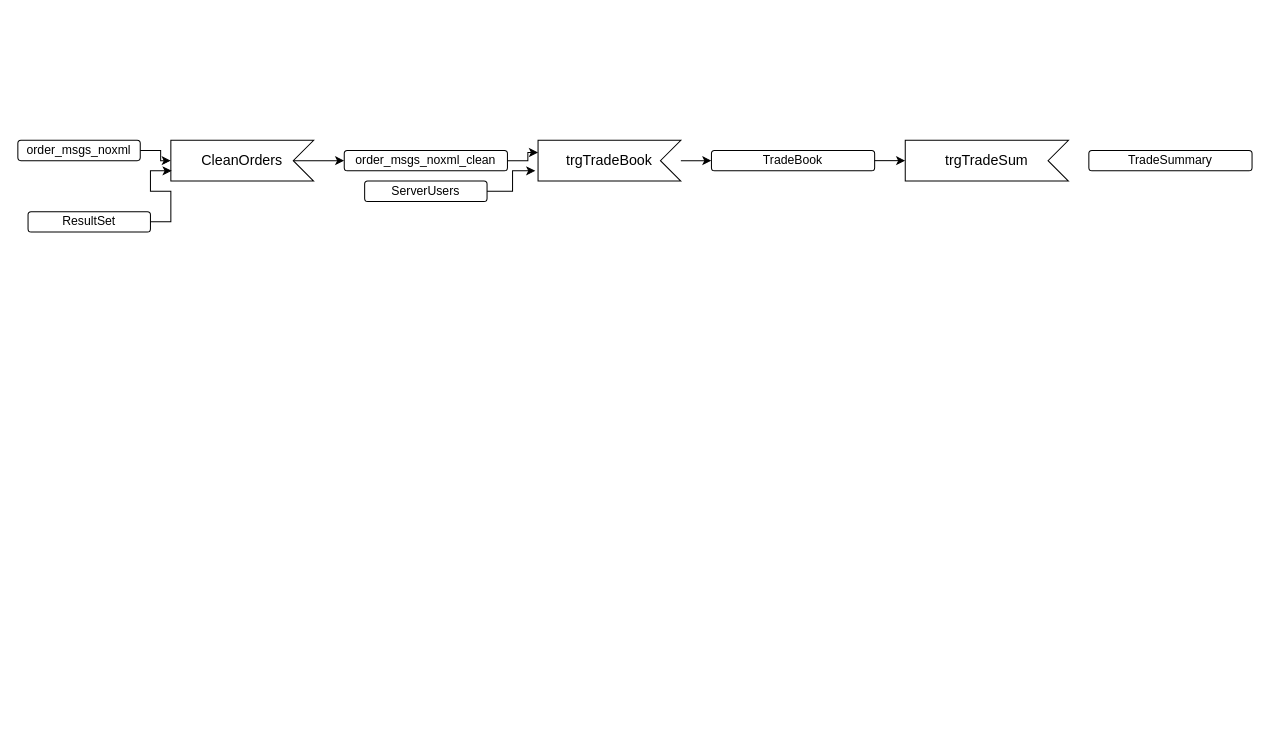
This is 3forge-Tradebook.drawio from mishrakm/diags, a draw.io file, before an edit. Source tidied: cells renumbered, new cells numbered last; positions are measured from the earlier drawing's top-left corner, leaving out a move shared by most shapes. Both pictures are drawn from the tidied source at 102%, with x=0, y=0 at pixel (17, 140).
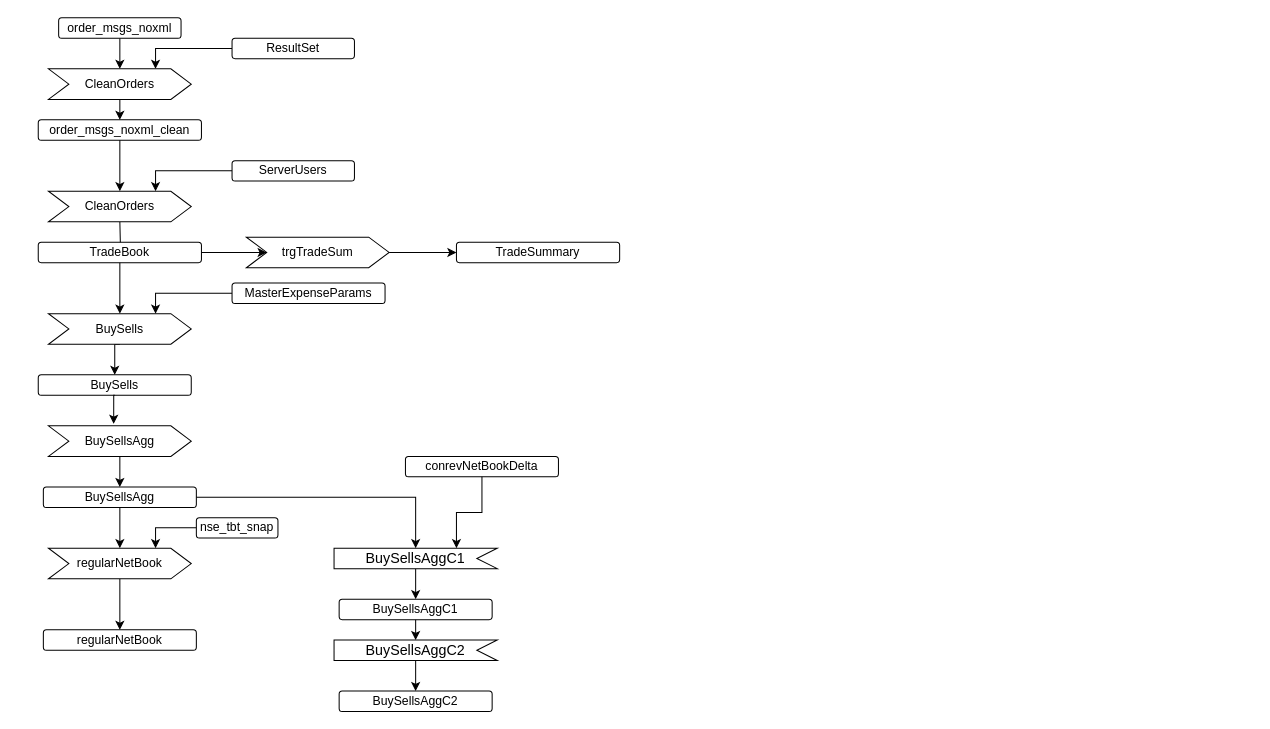
The same diagram, later.

Commit message:
modified step symbols

Diff of the diagram source:
```diff
@@
+    <mxCell id="18" style="edgeStyle=orthogonalEdgeStyle;rounded=0;jettySize=auto;html=1;exitX=0.5;exitY=1;exitDx=0;exitDy=0;entryX=0.5;entryY=0;entryDx=0;entryDy=0;" parent="1" edge="1" source="2" target="43">
+      <mxGeometry relative="1" as="geometry" />
+    </mxCell>
     <mxCell id="2" value="order_msgs_noxml" style="rounded=1;whiteSpace=wrap;html=1;fontSize=12;glass=0;strokeWidth=1;shadow=0;" parent="1" vertex="1">
-      <mxGeometry width="120" height="20" as="geometry" />
+      <mxGeometry x="40" y="-120" width="120" height="20" as="geometry" />
     </mxCell>
     <mxCell id="3" value="order_msgs_noxml_clean" style="rounded=1;whiteSpace=wrap;html=1;fontSize=12;glass=0;strokeWidth=1;shadow=0;" parent="1" vertex="1">
-      <mxGeometry x="320" y="10" width="160" height="20" as="geometry" />
+      <mxGeometry x="20" y="-20" width="160" height="20" as="geometry" />
     </mxCell>
-    <mxCell id="4" style="edgeStyle=orthogonalEdgeStyle;rounded=0;jettySize=auto;html=1;exitX=0;exitY=0;exitDx=20;exitDy=20;exitPerimeter=0;entryX=0;entryY=0.5;entryDx=0;entryDy=0;" parent="1" edge="1" source="5" target="3">
-      <mxGeometry relative="1" as="geometry" />
-    </mxCell>
-    <mxCell id="5" value="CleanOrders" style="html=1;shape=mxgraph.infographic.ribbonSimple;notch1=20;notch2=0;align=center;verticalAlign=middle;fontSize=14;fontStyle=0;flipH=1;fillColor=#FFFFFF;whiteSpace=wrap;" parent="1" vertex="1">
-      <mxGeometry x="150" width="140" height="40" as="geometry" />
-    </mxCell>
-    <mxCell id="6" style="edgeStyle=orthogonalEdgeStyle;rounded=0;jettySize=auto;html=1;entryX=1;entryY=0.5;entryDx=0;entryDy=0;entryPerimeter=0;" parent="1" edge="1" source="2" target="5">
-      <mxGeometry relative="1" as="geometry" />
-    </mxCell>
+    <mxCell id="19" style="edgeStyle=orthogonalEdgeStyle;rounded=0;jettySize=auto;html=1;exitX=0;exitY=0.5;exitDx=0;exitDy=0;entryX=0.75;entryY=0;entryDx=0;entryDy=0;" parent="1" edge="1" source="7" target="43">
+      <mxGeometry relative="1" as="geometry" />
+    </mxCell>
     <mxCell id="7" value="ResultSet" style="rounded=1;whiteSpace=wrap;html=1;fontSize=12;glass=0;strokeWidth=1;shadow=0;" parent="1" vertex="1">
-      <mxGeometry x="10" y="70" width="120" height="20" as="geometry" />
+      <mxGeometry x="210" y="-100" width="120" height="20" as="geometry" />
     </mxCell>
-    <mxCell id="8" style="edgeStyle=orthogonalEdgeStyle;rounded=0;jettySize=auto;html=1;exitX=1;exitY=0.5;exitDx=0;exitDy=0;entryX=0.994;entryY=0.75;entryDx=0;entryDy=0;entryPerimeter=0;" parent="1" edge="1" source="7" target="5">
-      <mxGeometry relative="1" as="geometry" />
-    </mxCell>
-    <mxCell id="9" style="edgeStyle=orthogonalEdgeStyle;rounded=0;jettySize=auto;html=1;" parent="1" edge="1" source="10" target="14">
-      <mxGeometry relative="1" as="geometry" />
+    <mxCell id="9" style="edgeStyle=orthogonalEdgeStyle;rounded=0;jettySize=auto;html=1;" parent="1" edge="1" target="14">
+      <mxGeometry relative="1" as="geometry">
+        <mxPoint x="100" y="80" as="sourcePoint" />
+      </mxGeometry>
     </mxCell>
-    <mxCell id="10" value="trgTradeBook" style="html=1;shape=mxgraph.infographic.ribbonSimple;notch1=20;notch2=0;align=center;verticalAlign=middle;fontSize=14;fontStyle=0;flipH=1;fillColor=#FFFFFF;whiteSpace=wrap;" parent="1" vertex="1">
-      <mxGeometry x="510" width="140" height="40" as="geometry" />
-    </mxCell>
     <mxCell id="11" value="ServerUsers" style="rounded=1;whiteSpace=wrap;html=1;fontSize=12;glass=0;strokeWidth=1;shadow=0;" parent="1" vertex="1">
-      <mxGeometry x="340" y="40" width="120" height="20" as="geometry" />
+      <mxGeometry x="210" y="20" width="120" height="20" as="geometry" />
     </mxCell>
-    <mxCell id="12" style="edgeStyle=orthogonalEdgeStyle;rounded=0;jettySize=auto;html=1;entryX=1;entryY=0.3;entryDx=0;entryDy=0;entryPerimeter=0;" parent="1" edge="1" source="3" target="10">
-      <mxGeometry relative="1" as="geometry" />
-    </mxCell>
-    <mxCell id="13" style="edgeStyle=orthogonalEdgeStyle;rounded=0;jettySize=auto;html=1;exitX=1;exitY=0.5;exitDx=0;exitDy=0;entryX=1.019;entryY=0.75;entryDx=0;entryDy=0;entryPerimeter=0;" parent="1" edge="1" source="11" target="10">
-      <mxGeometry relative="1" as="geometry" />
-    </mxCell>
     <mxCell id="14" value="TradeBook" style="rounded=1;whiteSpace=wrap;html=1;fontSize=12;glass=0;strokeWidth=1;shadow=0;" parent="1" vertex="1">
-      <mxGeometry x="680" y="10" width="160" height="20" as="geometry" />
+      <mxGeometry x="20" y="100" width="160" height="20" as="geometry" />
     </mxCell>
+    <mxCell id="20" style="edgeStyle=orthogonalEdgeStyle;rounded=0;jettySize=auto;html=1;entryX=0;entryY=0.5;entryDx=0;entryDy=0;exitX=1;exitY=0.5;exitDx=0;exitDy=0;" parent="1" edge="1" source="15" target="16">
+      <mxGeometry relative="1" as="geometry" />
+    </mxCell>
+    <mxCell id="16" value="TradeSummary" style="rounded=1;whiteSpace=wrap;html=1;fontSize=12;glass=0;strokeWidth=1;shadow=0;" parent="1" vertex="1">
+      <mxGeometry x="430" y="100" width="160" height="20" as="geometry" />
+    </mxCell>
+    <mxCell id="21" value="MasterExpenseParams" style="rounded=1;whiteSpace=wrap;html=1;fontSize=12;glass=0;strokeWidth=1;shadow=0;" parent="1" vertex="1">
+      <mxGeometry x="210" y="140" width="150" height="20" as="geometry" />
+    </mxCell>
+    <mxCell id="22" style="edgeStyle=orthogonalEdgeStyle;rounded=0;jettySize=auto;html=1;entryX=0.75;entryY=0;entryDx=0;entryDy=0;" parent="1" edge="1" source="21" target="46">
+      <mxGeometry relative="1" as="geometry" />
+    </mxCell>
+    <mxCell id="23" value="BuySells" style="rounded=1;whiteSpace=wrap;html=1;fontSize=12;glass=0;strokeWidth=1;shadow=0;" parent="1" vertex="1">
+      <mxGeometry x="20" y="230" width="150" height="20" as="geometry" />
+    </mxCell>
+    <mxCell id="24" style="edgeStyle=orthogonalEdgeStyle;rounded=0;jettySize=auto;html=1;exitX=0.5;exitY=1;exitDx=0;exitDy=0;entryX=0.5;entryY=0;entryDx=0;entryDy=0;" parent="1" edge="1" source="3" target="44">
+      <mxGeometry relative="1" as="geometry" />
+    </mxCell>
+    <mxCell id="25" style="edgeStyle=orthogonalEdgeStyle;rounded=0;jettySize=auto;html=1;entryX=0.75;entryY=0;entryDx=0;entryDy=0;" parent="1" edge="1" source="11" target="44">
+      <mxGeometry relative="1" as="geometry" />
+    </mxCell>
+    <mxCell id="17" style="edgeStyle=orthogonalEdgeStyle;rounded=0;jettySize=auto;html=1;entryX=0;entryY=0.5;entryDx=0;entryDy=0;" parent="1" edge="1" source="14" target="15">
+      <mxGeometry relative="1" as="geometry" />
+    </mxCell>
+    <mxCell id="26" style="edgeStyle=orthogonalEdgeStyle;rounded=0;jettySize=auto;html=1;exitX=0.5;exitY=1;exitDx=0;exitDy=0;entryX=0.5;entryY=0;entryDx=0;entryDy=0;" parent="1" edge="1" source="14" target="46">
+      <mxGeometry relative="1" as="geometry" />
+    </mxCell>
+    <mxCell id="27" style="edgeStyle=orthogonalEdgeStyle;rounded=0;jettySize=auto;html=1;exitX=0.5;exitY=1;exitDx=0;exitDy=0;entryX=0.457;entryY=-0.067;entryDx=0;entryDy=0;entryPerimeter=0;" parent="1" edge="1" source="23" target="48">
+      <mxGeometry relative="1" as="geometry" />
+    </mxCell>
+    <mxCell id="28" value="BuySellsAgg" style="rounded=1;whiteSpace=wrap;html=1;fontSize=12;glass=0;strokeWidth=1;shadow=0;" parent="1" vertex="1">
+      <mxGeometry x="25" y="340" width="150" height="20" as="geometry" />
+    </mxCell>
+    <mxCell id="29" style="edgeStyle=orthogonalEdgeStyle;rounded=0;jettySize=auto;html=1;exitX=0;exitY=0;exitDx=80;exitDy=20;exitPerimeter=0;entryX=0.5;entryY=0;entryDx=0;entryDy=0;" parent="1" edge="1" source="30" target="34">
+      <mxGeometry relative="1" as="geometry" />
+    </mxCell>
+    <mxCell id="30" value="BuySellsAggC1" style="html=1;shape=mxgraph.infographic.ribbonSimple;notch1=20;notch2=0;align=center;verticalAlign=middle;fontSize=14;fontStyle=0;flipH=1;fillColor=#FFFFFF;whiteSpace=wrap;" parent="1" vertex="1">
+      <mxGeometry x="310" y="400" width="160" height="20" as="geometry" />
+    </mxCell>
+    <mxCell id="31" value="conrevNetBookDelta" style="rounded=1;whiteSpace=wrap;html=1;fontSize=12;glass=0;strokeWidth=1;shadow=0;" parent="1" vertex="1">
+      <mxGeometry x="380" y="310" width="150" height="20" as="geometry" />
+    </mxCell>
+    <mxCell id="32" style="edgeStyle=orthogonalEdgeStyle;rounded=0;jettySize=auto;html=1;exitX=0;exitY=0;exitDx=80;exitDy=20;exitPerimeter=0;entryX=0.5;entryY=0;entryDx=0;entryDy=0;" parent="1" edge="1" source="33" target="36">
+      <mxGeometry relative="1" as="geometry" />
+    </mxCell>
+    <mxCell id="33" value="BuySellsAggC2" style="html=1;shape=mxgraph.infographic.ribbonSimple;notch1=20;notch2=0;align=center;verticalAlign=middle;fontSize=14;fontStyle=0;flipH=1;fillColor=#FFFFFF;whiteSpace=wrap;" parent="1" vertex="1">
+      <mxGeometry x="310" y="490" width="160" height="20" as="geometry" />
+    </mxCell>
+    <mxCell id="34" value="BuySellsAggC1" style="rounded=1;whiteSpace=wrap;html=1;fontSize=12;glass=0;strokeWidth=1;shadow=0;" parent="1" vertex="1">
+      <mxGeometry x="315" y="450" width="150" height="20" as="geometry" />
+    </mxCell>
+    <mxCell id="35" style="edgeStyle=orthogonalEdgeStyle;rounded=0;jettySize=auto;html=1;exitX=0.5;exitY=1;exitDx=0;exitDy=0;entryX=0;entryY=0;entryDx=80;entryDy=0;entryPerimeter=0;" parent="1" edge="1" source="34" target="33">
+      <mxGeometry relative="1" as="geometry" />
+    </mxCell>
+    <mxCell id="36" value="BuySellsAggC2" style="rounded=1;whiteSpace=wrap;html=1;fontSize=12;glass=0;strokeWidth=1;shadow=0;" parent="1" vertex="1">
+      <mxGeometry x="315" y="540" width="150" height="20" as="geometry" />
+    </mxCell>
+    <mxCell id="37" style="edgeStyle=orthogonalEdgeStyle;rounded=0;jettySize=auto;html=1;entryX=0;entryY=0;entryDx=40;entryDy=0;entryPerimeter=0;" parent="1" edge="1" source="31" target="30">
+      <mxGeometry relative="1" as="geometry" />
+    </mxCell>
+    <mxCell id="38" style="edgeStyle=orthogonalEdgeStyle;rounded=0;jettySize=auto;html=1;exitX=0.5;exitY=1;exitDx=0;exitDy=0;entryX=0.5;entryY=0;entryDx=0;entryDy=0;" parent="1" edge="1" source="28" target="50">
+      <mxGeometry relative="1" as="geometry" />
+    </mxCell>
+    <mxCell id="39" style="edgeStyle=orthogonalEdgeStyle;rounded=0;jettySize=auto;html=1;entryX=0.75;entryY=0;entryDx=0;entryDy=0;exitX=0;exitY=0.5;exitDx=0;exitDy=0;" parent="1" edge="1" source="40" target="50">
+      <mxGeometry relative="1" as="geometry" />
+    </mxCell>
+    <mxCell id="40" value="nse_tbt_snap" style="rounded=1;whiteSpace=wrap;html=1;fontSize=12;glass=0;strokeWidth=1;shadow=0;" parent="1" vertex="1">
+      <mxGeometry x="175" y="370" width="80" height="20" as="geometry" />
+    </mxCell>
+    <mxCell id="41" style="edgeStyle=orthogonalEdgeStyle;rounded=0;jettySize=auto;html=1;exitX=1;exitY=0.5;exitDx=0;exitDy=0;entryX=0;entryY=0;entryDx=80;entryDy=0;entryPerimeter=0;" parent="1" edge="1" source="28" target="30">
+      <mxGeometry relative="1" as="geometry" />
+    </mxCell>
+    <mxCell id="42" style="edgeStyle=orthogonalEdgeStyle;rounded=0;jettySize=auto;html=1;exitX=0.5;exitY=1;exitDx=0;exitDy=0;entryX=0.5;entryY=0;entryDx=0;entryDy=0;" parent="1" edge="1" source="43" target="3">
+      <mxGeometry relative="1" as="geometry" />
+    </mxCell>
+    <mxCell id="43" value="CleanOrders" style="shape=step;perimeter=stepPerimeter;whiteSpace=wrap;html=1;fixedSize=1;" parent="1" vertex="1">
+      <mxGeometry x="30" y="-70" width="140" height="30" as="geometry" />
+    </mxCell>
+    <mxCell id="44" value="CleanOrders" style="shape=step;perimeter=stepPerimeter;whiteSpace=wrap;html=1;fixedSize=1;" parent="1" vertex="1">
+      <mxGeometry x="30" y="50" width="140" height="30" as="geometry" />
+    </mxCell>
-    <mxCell id="15" value="trgTradeSum" style="html=1;shape=mxgraph.infographic.ribbonSimple;notch1=20;notch2=0;align=center;verticalAlign=middle;fontSize=14;fontStyle=0;flipH=1;fillColor=#FFFFFF;whiteSpace=wrap;" parent="1" vertex="1">
-      <mxGeometry x="870" width="160" height="40" as="geometry" />
+    <mxCell id="15" value="trgTradeSum" style="shape=step;perimeter=stepPerimeter;whiteSpace=wrap;html=1;fixedSize=1;" parent="1" vertex="1">
+      <mxGeometry x="224" y="95" width="140" height="30" as="geometry" />
     </mxCell>
-    <mxCell id="16" value="TradeSummary" style="rounded=1;whiteSpace=wrap;html=1;fontSize=12;glass=0;strokeWidth=1;shadow=0;" parent="1" vertex="1">
-      <mxGeometry x="1050" y="10" width="160" height="20" as="geometry" />
-    </mxCell>
-    <mxCell id="17" style="edgeStyle=orthogonalEdgeStyle;rounded=0;jettySize=auto;html=1;exitX=1;exitY=0.5;exitDx=0;exitDy=0;entryX=1;entryY=0.5;entryDx=0;entryDy=0;entryPerimeter=0;" parent="1" edge="1" source="14" target="15">
-      <mxGeometry relative="1" as="geometry" />
-    </mxCell>
+    <mxCell id="45" style="edgeStyle=orthogonalEdgeStyle;rounded=0;jettySize=auto;html=1;exitX=0.5;exitY=1;exitDx=0;exitDy=0;entryX=0.5;entryY=0;entryDx=0;entryDy=0;" parent="1" edge="1" source="46" target="23">
+      <mxGeometry relative="1" as="geometry" />
+    </mxCell>
+    <mxCell id="46" value="BuySells" style="shape=step;perimeter=stepPerimeter;whiteSpace=wrap;html=1;fixedSize=1;" parent="1" vertex="1">
+      <mxGeometry x="30" y="170" width="140" height="30" as="geometry" />
+    </mxCell>
+    <mxCell id="47" style="edgeStyle=orthogonalEdgeStyle;rounded=0;jettySize=auto;html=1;entryX=0.5;entryY=0;entryDx=0;entryDy=0;" parent="1" edge="1" source="48" target="28">
+      <mxGeometry relative="1" as="geometry" />
+    </mxCell>
+    <mxCell id="48" value="BuySellsAgg" style="shape=step;perimeter=stepPerimeter;whiteSpace=wrap;html=1;fixedSize=1;" parent="1" vertex="1">
+      <mxGeometry x="30" y="280" width="140" height="30" as="geometry" />
+    </mxCell>
+    <mxCell id="49" style="edgeStyle=orthogonalEdgeStyle;rounded=0;jettySize=auto;html=1;exitX=0.5;exitY=1;exitDx=0;exitDy=0;entryX=0.5;entryY=0;entryDx=0;entryDy=0;" parent="1" edge="1" source="50" target="51">
+      <mxGeometry relative="1" as="geometry" />
+    </mxCell>
+    <mxCell id="50" value="regularNetBook" style="shape=step;perimeter=stepPerimeter;whiteSpace=wrap;html=1;fixedSize=1;" parent="1" vertex="1">
+      <mxGeometry x="30" y="400" width="140" height="30" as="geometry" />
+    </mxCell>
+    <mxCell id="51" value="regularNetBook" style="rounded=1;whiteSpace=wrap;html=1;fontSize=12;glass=0;strokeWidth=1;shadow=0;" parent="1" vertex="1">
+      <mxGeometry x="25" y="480" width="150" height="20" as="geometry" />
+    </mxCell>
```
